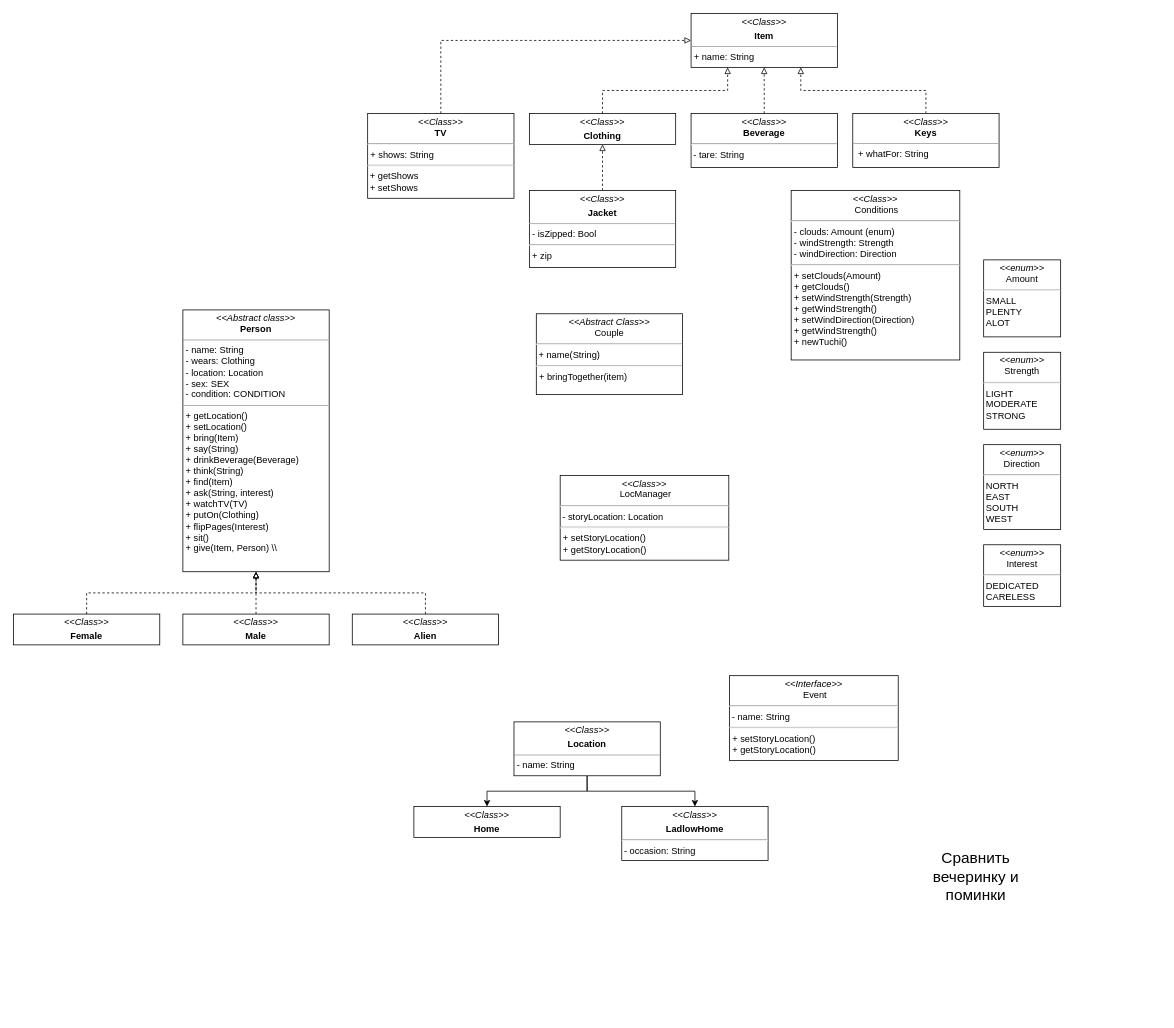
Before: Untitled Diagram.drawio in Sat1l/laba4, a draw.io diagram. Source tidied: cells renumbered, new cells numbered last; positions are measured from the earlier drawing's top-left corner, leaving out a move shared by most shapes. Both pictures are drawn from the tidied source at 77%, with x=0, y=0 at pixel (13, 13).
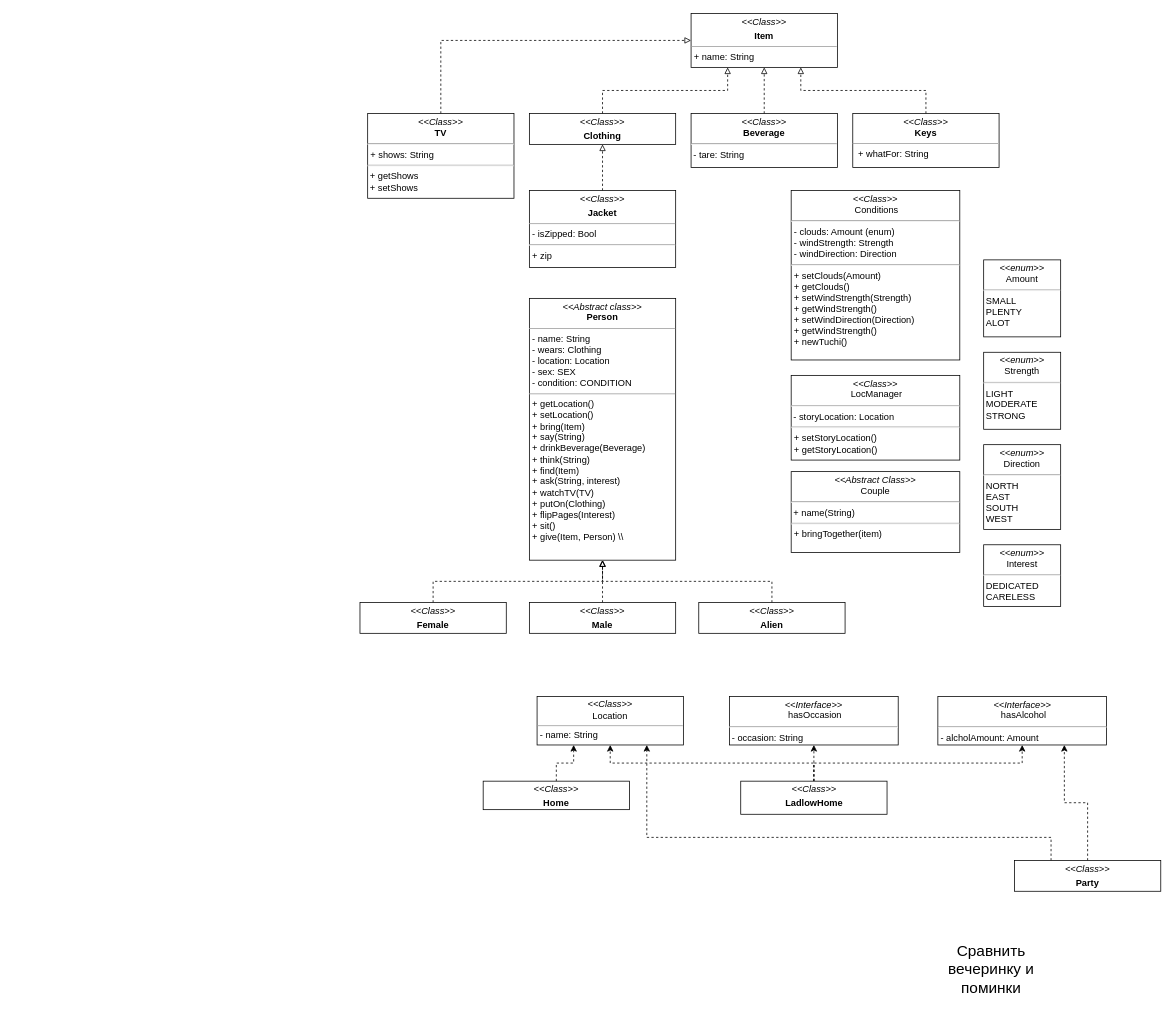
The same page after the edit.

Diff of the diagram source:
```diff
@@
     <mxCell id="2" value="&lt;p style=&quot;margin:0px;margin-top:4px;text-align:center;&quot;&gt;&lt;i&gt;&amp;lt;&amp;lt;Abstract class&amp;gt;&amp;gt;&lt;/i&gt;&lt;br&gt;&lt;b&gt;Person&lt;/b&gt;&lt;/p&gt;&lt;hr size=&quot;1&quot;&gt;&lt;p style=&quot;margin:0px;margin-left:4px;&quot;&gt;- name: String&lt;/p&gt;&lt;p style=&quot;margin:0px;margin-left:4px;&quot;&gt;- wears: Clothing&lt;/p&gt;&lt;p style=&quot;margin:0px;margin-left:4px;&quot;&gt;- location: Location&lt;/p&gt;&lt;p style=&quot;margin:0px;margin-left:4px;&quot;&gt;- sex: SEX&lt;/p&gt;&lt;p style=&quot;margin:0px;margin-left:4px;&quot;&gt;- condition: CONDITION&lt;/p&gt;&lt;hr size=&quot;1&quot;&gt;&lt;p style=&quot;border-color: var(--border-color); margin: 0px 0px 0px 4px;&quot;&gt;+ getLocation()&lt;/p&gt;&lt;p style=&quot;border-color: var(--border-color); margin: 0px 0px 0px 4px;&quot;&gt;+ setLocation()&lt;/p&gt;&lt;p style=&quot;margin:0px;margin-left:4px;&quot;&gt;+ bring(Item)&lt;br&gt;&lt;/p&gt;&lt;p style=&quot;margin:0px;margin-left:4px;&quot;&gt;+ say(String)&lt;br&gt;&lt;/p&gt;&lt;p style=&quot;margin:0px;margin-left:4px;&quot;&gt;+ drinkBeverage(Beverage)&lt;br&gt;&lt;/p&gt;&lt;p style=&quot;margin:0px;margin-left:4px;&quot;&gt;+ think(String)&lt;/p&gt;&lt;p style=&quot;margin:0px;margin-left:4px;&quot;&gt;+ find(Item)&lt;/p&gt;&lt;p style=&quot;margin:0px;margin-left:4px;&quot;&gt;+ ask(String, interest)&lt;/p&gt;&lt;p style=&quot;margin:0px;margin-left:4px;&quot;&gt;+ watchTV(TV)&lt;br&gt;&lt;/p&gt;&lt;p style=&quot;border-color: var(--border-color); margin: 0px 0px 0px 4px;&quot;&gt;+ putOn(Clothing)&lt;/p&gt;&lt;p style=&quot;border-color: var(--border-color); margin: 0px 0px 0px 4px;&quot;&gt;+ flipPages(Interest)&lt;/p&gt;&lt;p style=&quot;border-color: var(--border-color); margin: 0px 0px 0px 4px;&quot;&gt;+ sit()&lt;/p&gt;&lt;p style=&quot;margin:0px;margin-left:4px;&quot;&gt;+ give(Item, Person) \\&lt;/p&gt;&lt;p style=&quot;margin:0px;margin-left:4px;&quot;&gt;&lt;br&gt;&lt;/p&gt;" style="verticalAlign=top;align=left;overflow=fill;fontSize=12;fontFamily=Helvetica;html=1;whiteSpace=wrap;" parent="1" vertex="1">
-      <mxGeometry x="220" y="385" width="190" height="340" as="geometry" />
+      <mxGeometry x="670" y="370" width="190" height="340" as="geometry" />
     </mxCell>
@@
-    <mxCell id="10" style="edgeStyle=orthogonalEdgeStyle;rounded=0;jettySize=auto;html=1;exitX=0.5;exitY=1;exitDx=0;exitDy=0;" parent="1" edge="1" source="12" target="13">
-      <mxGeometry relative="1" as="geometry" />
-    </mxCell>
-    <mxCell id="11" style="edgeStyle=orthogonalEdgeStyle;rounded=0;jettySize=auto;html=1;exitX=0.5;exitY=1;exitDx=0;exitDy=0;" parent="1" edge="1" source="12" target="20">
-      <mxGeometry relative="1" as="geometry" />
-    </mxCell>
-    <mxCell id="12" value="&lt;p style=&quot;margin:0px;margin-top:4px;text-align:center;&quot;&gt;&lt;i&gt;&amp;lt;&amp;lt;Class&lt;/i&gt;&lt;i&gt;&amp;gt;&amp;gt;&lt;/i&gt;&lt;/p&gt;&lt;p style=&quot;margin:0px;margin-top:4px;text-align:center;&quot;&gt;&lt;b&gt;Location&lt;/b&gt;&lt;/p&gt;&lt;hr size=&quot;1&quot;&gt;&lt;p style=&quot;margin:0px;margin-left:4px;&quot;&gt;- name: String&lt;/p&gt;&lt;p style=&quot;margin:0px;margin-left:4px;&quot;&gt;&lt;br&gt;&lt;/p&gt;" style="verticalAlign=top;align=left;overflow=fill;fontSize=12;fontFamily=Helvetica;html=1;whiteSpace=wrap;" parent="1" vertex="1">
-      <mxGeometry x="650" y="920" width="190" height="70" as="geometry" />
+    <mxCell id="12" value="&lt;p style=&quot;margin: 4px 0px 0px; text-align: center; line-height: 100%;&quot;&gt;&lt;i&gt;&amp;lt;&amp;lt;Сlass&lt;/i&gt;&lt;i&gt;&amp;gt;&amp;gt;&lt;/i&gt;&lt;/p&gt;&lt;p style=&quot;margin: 4px 0px 0px; text-align: center; line-height: 100%;&quot;&gt;Location&lt;/p&gt;&lt;hr style=&quot;line-height: 100%;&quot; size=&quot;1&quot;&gt;&lt;p style=&quot;margin: 0px 0px 0px 4px; line-height: 100%;&quot;&gt;- name: String&lt;/p&gt;&lt;p style=&quot;margin: 0px 0px 0px 4px; line-height: 100%;&quot;&gt;&lt;br&gt;&lt;/p&gt;" style="verticalAlign=top;align=left;overflow=fill;fontSize=12;fontFamily=Helvetica;html=1;whiteSpace=wrap;" parent="1" vertex="1">
+      <mxGeometry x="680" y="887" width="190" height="63" as="geometry" />
     </mxCell>
+    <mxCell id="34" style="edgeStyle=orthogonalEdgeStyle;rounded=0;jettySize=auto;html=1;exitX=0.5;exitY=0;exitDx=0;exitDy=0;entryX=0.25;entryY=1;entryDx=0;entryDy=0;dashed=1;" parent="1" edge="1" source="13" target="12">
+      <mxGeometry relative="1" as="geometry" />
+    </mxCell>
     <mxCell id="13" value="&lt;p style=&quot;margin:0px;margin-top:4px;text-align:center;&quot;&gt;&lt;i&gt;&amp;lt;&amp;lt;Class&lt;/i&gt;&lt;i&gt;&amp;gt;&amp;gt;&lt;/i&gt;&lt;/p&gt;&lt;p style=&quot;margin:0px;margin-top:4px;text-align:center;&quot;&gt;&lt;b&gt;Home&lt;/b&gt;&lt;/p&gt;" style="verticalAlign=top;align=left;overflow=fill;fontSize=12;fontFamily=Helvetica;html=1;whiteSpace=wrap;" parent="1" vertex="1">
-      <mxGeometry x="520" y="1030" width="190" height="40" as="geometry" />
+      <mxGeometry x="610" y="997" width="190" height="37" as="geometry" />
     </mxCell>
     <mxCell id="14" value="&lt;p style=&quot;margin:0px;margin-top:4px;text-align:center;&quot;&gt;&lt;i&gt;&amp;lt;&amp;lt;Abstract Class&amp;gt;&amp;gt;&lt;/i&gt;&lt;br&gt;Couple&lt;/p&gt;&lt;hr&gt;&amp;nbsp;+ name(String)&lt;br&gt;&lt;hr&gt;&lt;p style=&quot;margin:0px;margin-left:4px;&quot;&gt;+ bringTogether(item)&lt;/p&gt;" style="verticalAlign=top;align=left;overflow=fill;fontSize=12;fontFamily=Helvetica;html=1;whiteSpace=wrap;" parent="1" vertex="1">
-      <mxGeometry x="679" y="390" width="190" height="105" as="geometry" />
+      <mxGeometry x="1010" y="595" width="219" height="105" as="geometry" />
     </mxCell>
@@
+    <mxCell id="35" style="edgeStyle=orthogonalEdgeStyle;rounded=0;jettySize=auto;html=1;exitX=0.5;exitY=0;exitDx=0;exitDy=0;dashed=1;" parent="1" edge="1" source="20" target="12">
+      <mxGeometry relative="1" as="geometry" />
+    </mxCell>
+    <mxCell id="36" style="edgeStyle=orthogonalEdgeStyle;rounded=0;jettySize=auto;html=1;exitX=0.5;exitY=0;exitDx=0;exitDy=0;dashed=1;" parent="1" edge="1" source="20" target="26">
+      <mxGeometry relative="1" as="geometry" />
+    </mxCell>
+    <mxCell id="37" style="edgeStyle=orthogonalEdgeStyle;rounded=0;jettySize=auto;html=1;exitX=0.5;exitY=0;exitDx=0;exitDy=0;dashed=1;" parent="1" edge="1" source="20" target="38">
+      <mxGeometry relative="1" as="geometry" />
+    </mxCell>
-    <mxCell id="20" value="&lt;p style=&quot;margin:0px;margin-top:4px;text-align:center;&quot;&gt;&lt;i&gt;&amp;lt;&amp;lt;Class&lt;/i&gt;&lt;i&gt;&amp;gt;&amp;gt;&lt;/i&gt;&lt;/p&gt;&lt;p style=&quot;margin:0px;margin-top:4px;text-align:center;&quot;&gt;&lt;b&gt;LadlowHome&lt;/b&gt;&lt;/p&gt;&lt;hr&gt;&amp;nbsp;- occasion: String" style="verticalAlign=top;align=left;overflow=fill;fontSize=12;fontFamily=Helvetica;html=1;whiteSpace=wrap;" parent="1" vertex="1">
-      <mxGeometry x="790" y="1030" width="190" height="70" as="geometry" />
+    <mxCell id="20" value="&lt;p style=&quot;margin:0px;margin-top:4px;text-align:center;&quot;&gt;&lt;i&gt;&amp;lt;&amp;lt;Class&lt;/i&gt;&lt;i&gt;&amp;gt;&amp;gt;&lt;/i&gt;&lt;/p&gt;&lt;p style=&quot;margin:0px;margin-top:4px;text-align:center;&quot;&gt;&lt;b&gt;LadlowHome&lt;/b&gt;&lt;/p&gt;" style="verticalAlign=top;align=left;overflow=fill;fontSize=12;fontFamily=Helvetica;html=1;whiteSpace=wrap;" parent="1" vertex="1">
+      <mxGeometry x="944.5" y="997" width="190" height="43" as="geometry" />
     </mxCell>
@@
     <mxCell id="23" value="&lt;p style=&quot;margin:0px;margin-top:4px;text-align:center;&quot;&gt;&lt;i&gt;&amp;lt;&amp;lt;Class&amp;gt;&amp;gt;&lt;/i&gt;&lt;br&gt;&amp;nbsp;LocManager&lt;/p&gt;&lt;hr&gt;&amp;nbsp;- storyLocation: Location&lt;br&gt;&lt;hr&gt;&lt;p style=&quot;margin:0px;margin-left:4px;&quot;&gt;+ setStoryLocation()&lt;/p&gt;&lt;p style=&quot;margin:0px;margin-left:4px;&quot;&gt;+ getStoryLocation()&lt;/p&gt;" style="verticalAlign=top;align=left;overflow=fill;fontSize=12;fontFamily=Helvetica;html=1;whiteSpace=wrap;" parent="1" vertex="1">
-      <mxGeometry x="710" y="600" width="219" height="110" as="geometry" />
+      <mxGeometry x="1010" y="470" width="219" height="110" as="geometry" />
     </mxCell>
@@
-    <mxCell id="26" value="&lt;p style=&quot;margin:0px;margin-top:4px;text-align:center;&quot;&gt;&lt;i&gt;&amp;lt;&amp;lt;Interface&amp;gt;&amp;gt;&lt;/i&gt;&lt;br&gt;&amp;nbsp;Event&lt;/p&gt;&lt;hr&gt;&amp;nbsp;- name: String&lt;br&gt;&lt;hr&gt;&lt;p style=&quot;margin:0px;margin-left:4px;&quot;&gt;+ setStoryLocation()&lt;/p&gt;&lt;p style=&quot;margin:0px;margin-left:4px;&quot;&gt;+ getStoryLocation()&lt;/p&gt;" style="verticalAlign=top;align=left;overflow=fill;fontSize=12;fontFamily=Helvetica;html=1;whiteSpace=wrap;" parent="1" vertex="1">
-      <mxGeometry x="930" y="860" width="219" height="110" as="geometry" />
+    <mxCell id="26" value="&lt;p style=&quot;margin:0px;margin-top:4px;text-align:center;&quot;&gt;&lt;i&gt;&amp;lt;&amp;lt;Interface&amp;gt;&amp;gt;&lt;/i&gt;&lt;br&gt;&amp;nbsp;hasOccasion&lt;/p&gt;&lt;hr&gt;&amp;nbsp;- occasion: String&lt;br&gt;&lt;p style=&quot;margin:0px;margin-left:4px;&quot;&gt;&lt;br&gt;&lt;/p&gt;" style="verticalAlign=top;align=left;overflow=fill;fontSize=12;fontFamily=Helvetica;html=1;whiteSpace=wrap;" parent="1" vertex="1">
+      <mxGeometry x="930" y="887" width="219" height="63" as="geometry" />
     </mxCell>
     <mxCell id="27" value="&lt;font style=&quot;font-size: 20px;&quot;&gt;Сравнить вечеринку и поминки&lt;/font&gt;" style="text;html=1;strokeColor=none;fillColor=none;align=center;verticalAlign=middle;whiteSpace=wrap;rounded=0;" parent="1" vertex="1">
-      <mxGeometry x="1160" y="1060" width="180" height="120" as="geometry" />
+      <mxGeometry x="1180" y="1180" width="180" height="120" as="geometry" />
     </mxCell>
@@
     <mxCell id="29" value="&lt;p style=&quot;margin:0px;margin-top:4px;text-align:center;&quot;&gt;&lt;i&gt;&amp;lt;&amp;lt;Class&lt;/i&gt;&lt;i&gt;&amp;gt;&amp;gt;&lt;/i&gt;&lt;/p&gt;&lt;p style=&quot;margin:0px;margin-top:4px;text-align:center;&quot;&gt;&lt;b&gt;Female&lt;/b&gt;&lt;/p&gt;" style="verticalAlign=top;align=left;overflow=fill;fontSize=12;fontFamily=Helvetica;html=1;whiteSpace=wrap;" parent="1" vertex="1">
-      <mxGeometry y="780" width="190" height="40" as="geometry" />
+      <mxGeometry x="450" y="765" width="190" height="40" as="geometry" />
     </mxCell>
@@
     <mxCell id="31" value="&lt;p style=&quot;margin:0px;margin-top:4px;text-align:center;&quot;&gt;&lt;i&gt;&amp;lt;&amp;lt;Class&lt;/i&gt;&lt;i&gt;&amp;gt;&amp;gt;&lt;/i&gt;&lt;/p&gt;&lt;p style=&quot;margin:0px;margin-top:4px;text-align:center;&quot;&gt;&lt;b&gt;Male&lt;/b&gt;&lt;/p&gt;" style="verticalAlign=top;align=left;overflow=fill;fontSize=12;fontFamily=Helvetica;html=1;whiteSpace=wrap;" parent="1" vertex="1">
-      <mxGeometry x="220" y="780" width="190" height="40" as="geometry" />
+      <mxGeometry x="670" y="765" width="190" height="40" as="geometry" />
     </mxCell>
@@
     <mxCell id="33" value="&lt;p style=&quot;margin:0px;margin-top:4px;text-align:center;&quot;&gt;&lt;i&gt;&amp;lt;&amp;lt;Class&lt;/i&gt;&lt;i&gt;&amp;gt;&amp;gt;&lt;/i&gt;&lt;/p&gt;&lt;p style=&quot;margin:0px;margin-top:4px;text-align:center;&quot;&gt;&lt;b&gt;Alien&lt;/b&gt;&lt;/p&gt;" style="verticalAlign=top;align=left;overflow=fill;fontSize=12;fontFamily=Helvetica;html=1;whiteSpace=wrap;" parent="1" vertex="1">
-      <mxGeometry x="440" y="780" width="190" height="40" as="geometry" />
+      <mxGeometry x="890" y="765" width="190" height="40" as="geometry" />
     </mxCell>
+    <mxCell id="38" value="&lt;p style=&quot;margin:0px;margin-top:4px;text-align:center;&quot;&gt;&lt;i&gt;&amp;lt;&amp;lt;Interface&amp;gt;&amp;gt;&lt;/i&gt;&lt;br&gt;&amp;nbsp;hasAlcohol&lt;/p&gt;&lt;hr&gt;&amp;nbsp;- alcholAmount: Amount&lt;br&gt;&lt;p style=&quot;margin:0px;margin-left:4px;&quot;&gt;&lt;br&gt;&lt;/p&gt;" style="verticalAlign=top;align=left;overflow=fill;fontSize=12;fontFamily=Helvetica;html=1;whiteSpace=wrap;" parent="1" vertex="1">
+      <mxGeometry x="1200.5" y="887" width="219" height="63" as="geometry" />
+    </mxCell>
+    <mxCell id="39" style="edgeStyle=orthogonalEdgeStyle;rounded=0;jettySize=auto;html=1;exitX=0.5;exitY=0;exitDx=0;exitDy=0;entryX=0.75;entryY=1;entryDx=0;entryDy=0;dashed=1;" parent="1" edge="1" source="41" target="38">
+      <mxGeometry relative="1" as="geometry" />
+    </mxCell>
+    <mxCell id="40" style="edgeStyle=orthogonalEdgeStyle;rounded=0;jettySize=auto;html=1;exitX=0.25;exitY=0;exitDx=0;exitDy=0;entryX=0.75;entryY=1;entryDx=0;entryDy=0;dashed=1;endArrow=classic;endFill=1;" parent="1" edge="1" source="41" target="12">
+      <mxGeometry relative="1" as="geometry">
+        <Array as="points">
+          <mxPoint x="1348" y="1070" />
+          <mxPoint x="822" y="1070" />
+        </Array>
+      </mxGeometry>
+    </mxCell>
+    <mxCell id="41" value="&lt;p style=&quot;margin:0px;margin-top:4px;text-align:center;&quot;&gt;&lt;i&gt;&amp;lt;&amp;lt;Class&lt;/i&gt;&lt;i&gt;&amp;gt;&amp;gt;&lt;/i&gt;&lt;/p&gt;&lt;p style=&quot;margin:0px;margin-top:4px;text-align:center;&quot;&gt;&lt;b&gt;Party&lt;/b&gt;&lt;/p&gt;" style="verticalAlign=top;align=left;overflow=fill;fontSize=12;fontFamily=Helvetica;html=1;whiteSpace=wrap;" parent="1" vertex="1">
+      <mxGeometry x="1300" y="1100" width="190" height="40" as="geometry" />
+    </mxCell>
```
